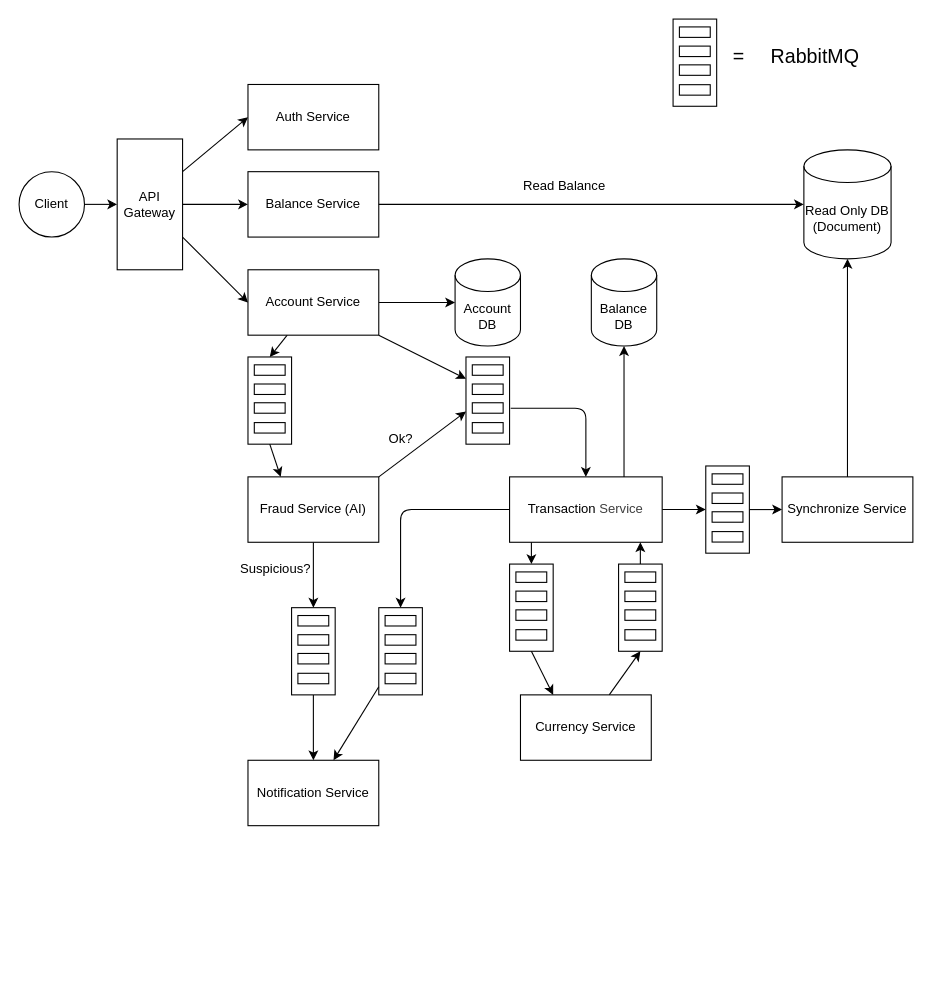
Earlier version of the draw.io diagram docs/architecture/system_architecture v2.drawio (Team-HABO/habo-banking). Source tidied: cells renumbered, new cells numbered last; positions are measured from the earlier drawing's top-left corner, leaving out a move shared by most shapes. Both pictures are drawn from the tidied source at 109%, with x=0, y=0 at pixel (19, 19).
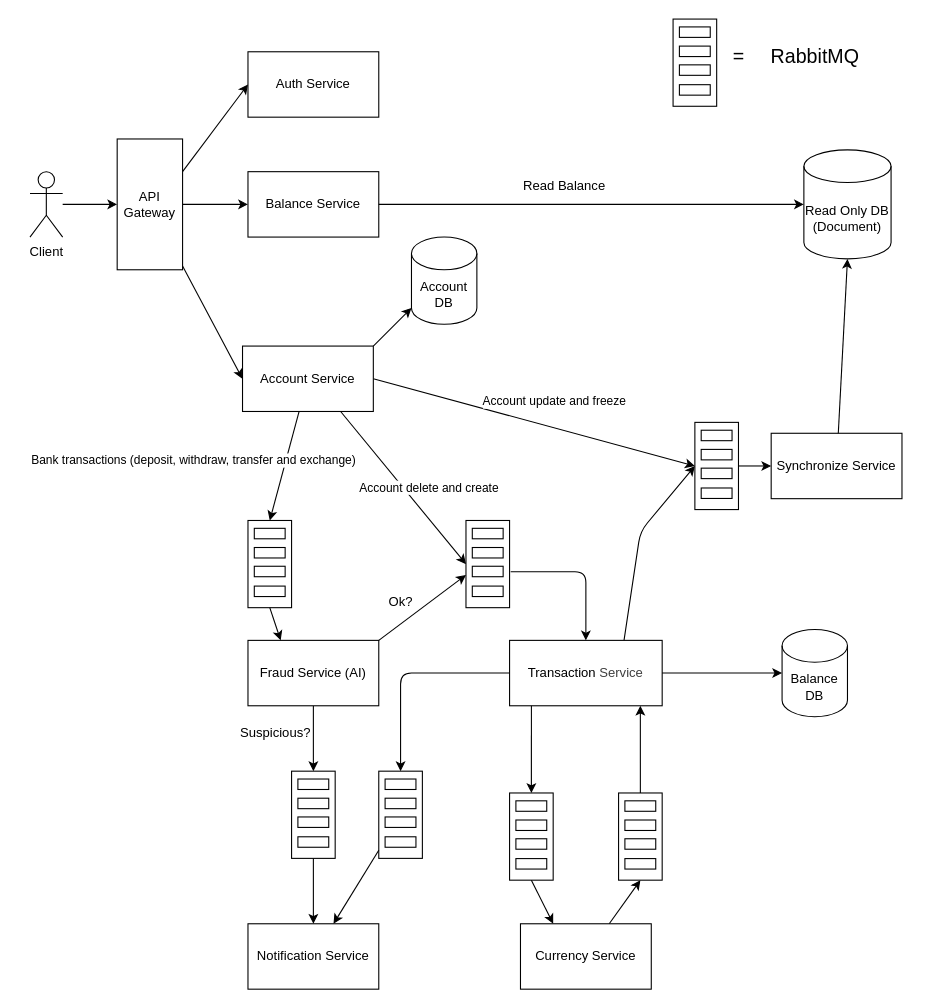
Above is the later version.

Unchanged cells that the change refers to:
```xml
<mxCell id="2" style="edgeStyle=none;html=1;entryX=0.5;entryY=0;entryDx=0;entryDy=0;" parent="1" edge="1" source="5" target="27">
  <mxGeometry relative="1" as="geometry" />
</mxCell>
<mxCell id="51" style="rounded=0;whiteSpace=wrap;html=1;" parent="50" vertex="1">
  <mxGeometry width="40" height="80" as="geometry" />
</mxCell>
<mxCell id="63" style="rounded=0;whiteSpace=wrap;html=1;" parent="62" vertex="1">
  <mxGeometry width="40" height="80" as="geometry" />
</mxCell>
<mxCell id="74" style="rounded=0;whiteSpace=wrap;html=1;" parent="73" vertex="1">
  <mxGeometry width="40" height="80" as="geometry" />
</mxCell>
<mxCell id="89" value="API Gateway" style="rounded=0;whiteSpace=wrap;html=1;" parent="1" vertex="1">
  <mxGeometry x="90" y="110" width="60" height="120" as="geometry" />
</mxCell>
```

What changed in the source:
```diff
@@
-    <mxCell id="3" style="edgeStyle=none;html=1;exitX=1;exitY=0.5;exitDx=0;exitDy=0;" parent="1" edge="1" source="5" target="20">
-      <mxGeometry relative="1" as="geometry" />
-    </mxCell>
+    <mxCell id="91" value="&lt;span style=&quot;color: rgb(0, 0, 0);&quot;&gt;Bank transactions (deposit, withdraw, transfer and exchange)&lt;/span&gt;" style="edgeLabel;html=1;align=center;verticalAlign=middle;" parent="2" vertex="1">
+      <mxGeometry x="-0.01" y="1" relative="1" as="geometry">
+        <mxPoint x="-85" y="-5" as="offset" />
+      </mxGeometry>
+    </mxCell>
+    <mxCell id="92" style="edgeStyle=none;html=1;entryX=0;entryY=0.5;entryDx=0;entryDy=0;exitX=1;exitY=0.5;exitDx=0;exitDy=0;" parent="1" edge="1" source="5" target="74">
+      <mxGeometry relative="1" as="geometry" />
+    </mxCell>
+    <mxCell id="93" value="Account update and freeze" style="edgeLabel;html=1;align=center;verticalAlign=middle;" parent="92" vertex="1">
+      <mxGeometry x="-0.17" y="3" relative="1" as="geometry">
+        <mxPoint x="42" y="-10" as="offset" />
+      </mxGeometry>
+    </mxCell>
-    <mxCell id="4" style="edgeStyle=none;html=1;exitX=1;exitY=1;exitDx=0;exitDy=0;entryX=0;entryY=0.25;entryDx=0;entryDy=0;" parent="1" edge="1" source="5" target="63">
+    <mxCell id="4" style="edgeStyle=none;html=1;exitX=0.75;exitY=1;exitDx=0;exitDy=0;entryX=0;entryY=0.5;entryDx=0;entryDy=0;" parent="1" edge="1" source="5" target="63">
       <mxGeometry relative="1" as="geometry" />
     </mxCell>
+    <mxCell id="94" value="Account delete and create" style="edgeLabel;html=1;align=center;verticalAlign=middle;" parent="4" vertex="1">
+      <mxGeometry x="0.05" y="1" relative="1" as="geometry">
+        <mxPoint x="19" y="-3" as="offset" />
+      </mxGeometry>
+    </mxCell>
     <mxCell id="5" value="Account Service" style="rounded=0;whiteSpace=wrap;html=1;" parent="1" vertex="1">
-      <mxGeometry x="210" y="230" width="120" height="60" as="geometry" />
+      <mxGeometry x="205" y="300" width="120" height="60" as="geometry" />
     </mxCell>
     <mxCell id="6" style="edgeStyle=none;html=1;exitX=0;exitY=0.5;exitDx=0;exitDy=0;entryX=0.5;entryY=0;entryDx=0;entryDy=0;" parent="1" edge="1" source="8" target="51">
       <mxGeometry relative="1" as="geometry">
         <Array as="points">
-          <mxPoint x="350" y="450" />
+          <mxPoint x="350" y="600" />
         </Array>
       </mxGeometry>
     </mxCell>
-    <mxCell id="7" style="edgeStyle=none;html=1;exitX=1;exitY=0.5;exitDx=0;exitDy=0;entryX=0;entryY=0.5;entryDx=0;entryDy=0;" parent="1" edge="1" source="8" target="74">
-      <mxGeometry relative="1" as="geometry" />
+    <mxCell id="7" style="edgeStyle=none;html=1;exitX=0.75;exitY=0;exitDx=0;exitDy=0;entryX=0;entryY=0.5;entryDx=0;entryDy=0;" parent="1" edge="1" source="8" target="74">
+      <mxGeometry relative="1" as="geometry">
+        <Array as="points">
+          <mxPoint x="570" y="470" />
+        </Array>
+      </mxGeometry>
     </mxCell>
     <mxCell id="8" value="Transaction&amp;nbsp;&lt;span style=&quot;color: rgb(63, 63, 63); background-color: transparent;&quot;&gt;Service&lt;/span&gt;" style="rounded=0;whiteSpace=wrap;html=1;" parent="1" vertex="1">
-      <mxGeometry x="450" y="420" width="140" height="60" as="geometry" />
+      <mxGeometry x="450" y="570" width="140" height="60" as="geometry" />
     </mxCell>
@@
     <mxCell id="10" style="edgeStyle=none;html=1;exitX=1;exitY=0;exitDx=0;exitDy=0;" parent="1" edge="1" source="11">
       <mxGeometry relative="1" as="geometry">
-        <mxPoint x="410" y="360" as="targetPoint" />
+        <mxPoint x="410" y="510" as="targetPoint" />
       </mxGeometry>
     </mxCell>
     <mxCell id="11" value="Fraud Service (AI)" style="rounded=0;whiteSpace=wrap;html=1;" parent="1" vertex="1">
-      <mxGeometry x="210" y="420" width="120" height="60" as="geometry" />
+      <mxGeometry x="210" y="570" width="120" height="60" as="geometry" />
     </mxCell>
     <mxCell id="12" value="Notification Service" style="rounded=0;whiteSpace=wrap;html=1;" parent="1" vertex="1">
-      <mxGeometry x="210" y="680" width="120" height="60" as="geometry" />
+      <mxGeometry x="210" y="830" width="120" height="60" as="geometry" />
     </mxCell>
     <mxCell id="13" value="Auth Service" style="rounded=0;whiteSpace=wrap;html=1;" parent="1" vertex="1">
-      <mxGeometry x="210" y="60" width="120" height="60" as="geometry" />
+      <mxGeometry x="210" y="30" width="120" height="60" as="geometry" />
     </mxCell>
@@
     <mxCell id="15" value="Currency Service" style="rounded=0;whiteSpace=wrap;html=1;" parent="1" vertex="1">
-      <mxGeometry x="460" y="620" width="120" height="60" as="geometry" />
+      <mxGeometry x="460" y="830" width="120" height="60" as="geometry" />
     </mxCell>
@@
     <mxCell id="17" value="Synchronize Service" style="rounded=0;whiteSpace=wrap;html=1;" parent="1" vertex="1">
-      <mxGeometry x="700" y="420" width="120" height="60" as="geometry" />
+      <mxGeometry x="690" y="380" width="120" height="60" as="geometry" />
     </mxCell>
     <mxCell id="18" value="Balance DB" style="shape=cylinder3;whiteSpace=wrap;html=1;boundedLbl=1;backgroundOutline=1;size=15;" parent="1" vertex="1">
-      <mxGeometry x="525" y="220" width="60" height="80" as="geometry" />
+      <mxGeometry x="700" y="560" width="60" height="80" as="geometry" />
     </mxCell>
@@
     <mxCell id="20" value="Account DB" style="shape=cylinder3;whiteSpace=wrap;html=1;boundedLbl=1;backgroundOutline=1;size=15;" parent="1" vertex="1">
-      <mxGeometry x="400" y="220" width="60" height="80" as="geometry" />
+      <mxGeometry x="360" y="200" width="60" height="80" as="geometry" />
     </mxCell>
@@
-    <mxCell id="24" style="edgeStyle=none;html=1;entryX=0;entryY=0.5;entryDx=0;entryDy=0;" parent="1" edge="1" source="25" target="89">
-      <mxGeometry relative="1" as="geometry" />
-    </mxCell>
-    <mxCell id="25" value="Client" style="ellipse;whiteSpace=wrap;html=1;" parent="1" vertex="1">
-      <mxGeometry y="140" width="60" height="60" as="geometry" />
-    </mxCell>
     <mxCell id="26" style="group;" parent="1" vertex="1">
-      <mxGeometry x="210" y="310" width="40" height="80" as="geometry" />
+      <mxGeometry x="210" y="460" width="40" height="80" as="geometry" />
     </mxCell>
@@
     <mxCell id="32" style="group;" parent="1" vertex="1">
-      <mxGeometry x="250" y="540" width="40" height="80" as="geometry" />
+      <mxGeometry x="250" y="690" width="40" height="80" as="geometry" />
     </mxCell>
@@
     <mxCell id="44" style="group;" parent="1" vertex="1">
-      <mxGeometry x="450" y="500" width="40" height="80" as="geometry" />
+      <mxGeometry x="450" y="710" width="40" height="80" as="geometry" />
     </mxCell>
@@
     <mxCell id="50" style="group;" parent="1" vertex="1">
-      <mxGeometry x="330" y="540" width="40" height="80" as="geometry" />
+      <mxGeometry x="330" y="690" width="40" height="80" as="geometry" />
     </mxCell>
@@
     <mxCell id="56" style="group;" parent="1" vertex="1">
-      <mxGeometry x="550" y="500" width="40" height="80" as="geometry" />
+      <mxGeometry x="550" y="710" width="40" height="80" as="geometry" />
     </mxCell>
@@
     <mxCell id="62" style="group;" parent="1" vertex="1">
-      <mxGeometry x="410" y="310" width="40" height="80" as="geometry" />
+      <mxGeometry x="410" y="460" width="40" height="80" as="geometry" />
     </mxCell>
@@
     <mxCell id="70" style="edgeStyle=none;html=1;exitX=1.025;exitY=0.588;exitDx=0;exitDy=0;entryX=0.5;entryY=0;entryDx=0;entryDy=0;exitPerimeter=0;" parent="1" edge="1" source="63" target="8">
       <mxGeometry relative="1" as="geometry">
         <Array as="points">
-          <mxPoint x="520" y="357" />
+          <mxPoint x="520" y="507" />
         </Array>
       </mxGeometry>
     </mxCell>
@@
     <mxCell id="73" style="group;" parent="1" vertex="1">
-      <mxGeometry x="630" y="410" width="40" height="80" as="geometry" />
+      <mxGeometry x="620" y="370" width="40" height="80" as="geometry" />
     </mxCell>
@@
-    <mxCell id="82" style="edgeStyle=none;html=1;exitX=0.75;exitY=0;exitDx=0;exitDy=0;entryX=0.5;entryY=1;entryDx=0;entryDy=0;entryPerimeter=0;" parent="1" edge="1" source="8" target="18">
-      <mxGeometry relative="1" as="geometry" />
-    </mxCell>
@@
     <mxCell id="85" value="Suspicious?" style="text;html=1;align=center;verticalAlign=middle;strokeColor=none;fillColor=none;" parent="1" vertex="1">
-      <mxGeometry x="190" y="490" width="90" height="30" as="geometry" />
+      <mxGeometry x="190" y="640" width="90" height="30" as="geometry" />
     </mxCell>
@@
     <mxCell id="90" value="Ok?" style="text;html=1;align=center;verticalAlign=middle;strokeColor=none;fillColor=none;" parent="1" vertex="1">
-      <mxGeometry x="325" y="370" width="50" height="30" as="geometry" />
+      <mxGeometry x="325" y="520" width="50" height="30" as="geometry" />
     </mxCell>
+    <mxCell id="24" style="edgeStyle=none;html=1;entryX=0;entryY=0.5;entryDx=0;entryDy=0;" parent="1" edge="1" source="25" target="89">
+      <mxGeometry relative="1" as="geometry" />
+    </mxCell>
+    <mxCell id="25" value="Client" style="shape=umlActor;verticalLabelPosition=bottom;verticalAlign=top;html=1;outlineConnect=0;" parent="1" vertex="1">
+      <mxGeometry x="10" y="140" width="30" height="60" as="geometry" />
+    </mxCell>
+    <mxCell id="3" style="edgeStyle=none;html=1;exitX=1;exitY=0;exitDx=0;exitDy=0;entryX=0;entryY=1;entryDx=0;entryDy=-15;entryPerimeter=0;" parent="1" edge="1" source="5" target="20">
+      <mxGeometry relative="1" as="geometry" />
+    </mxCell>
+    <mxCell id="82" style="edgeStyle=none;html=1;entryX=0;entryY=0.5;entryDx=0;entryDy=0;entryPerimeter=0;" parent="1" edge="1" source="8" target="18">
+      <mxGeometry relative="1" as="geometry" />
+    </mxCell>
```
